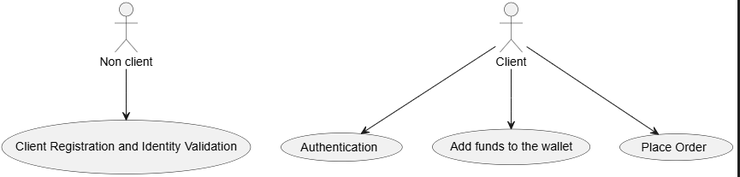
Earlier version of the PlantUML export documentation/phase3/images/use_cases.png (William-Lavoie/BrokerX). Its source is kept beside it as documentation/phase3/views/use_cases.puml. Source of this version:
```plantuml
@startuml
    "Non client"--> (Client Registration and Identity Validation)
    Client --> (Authentication)
    Client --> (Add funds to the wallet)
    Client --> (Place Order)
@enduml
```
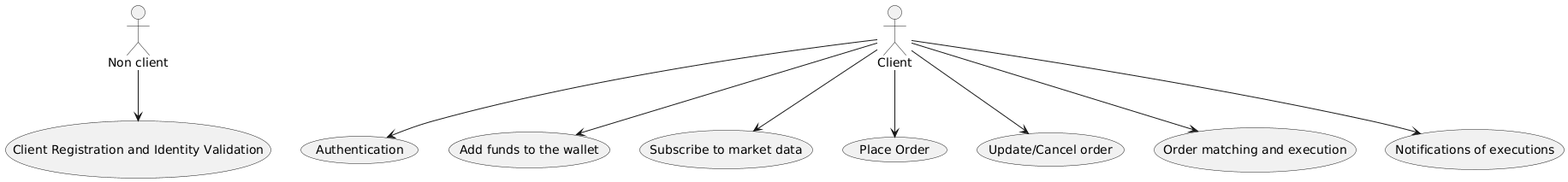
Later version of the same file.

The edit, as a diff of the source:
```diff
@@ -2,5 +2,9 @@
     "Non client"--> (Client Registration and Identity Validation)
     Client --> (Authentication)
     Client --> (Add funds to the wallet)
+    Client --> (Subscribe to market data)
     Client --> (Place Order)
+    Client --> (Update/Cancel order)
+    Client --> (Order matching and execution)
+    Client --> (Notifications of executions)
 @enduml
```
